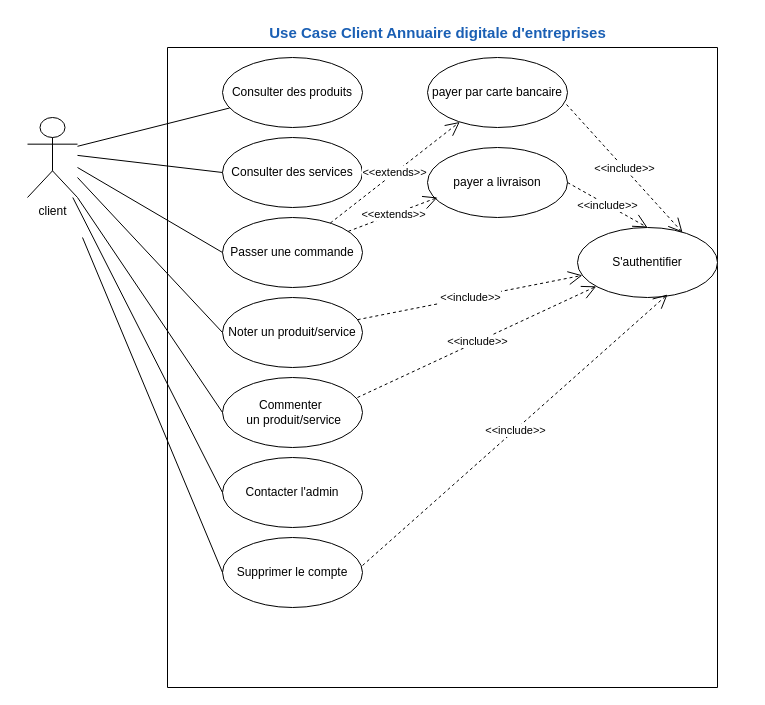
Above: 2. UseCase_client.drawio in amine-elarass49/angular_doc (draw.io), before the change. Source tidied: cells renumbered, new cells numbered last; positions are measured from the earlier drawing's top-left corner, leaving out a move shared by most shapes. Both pictures are drawn from the tidied source at 100%, with x=0, y=0 at pixel (27, 17).
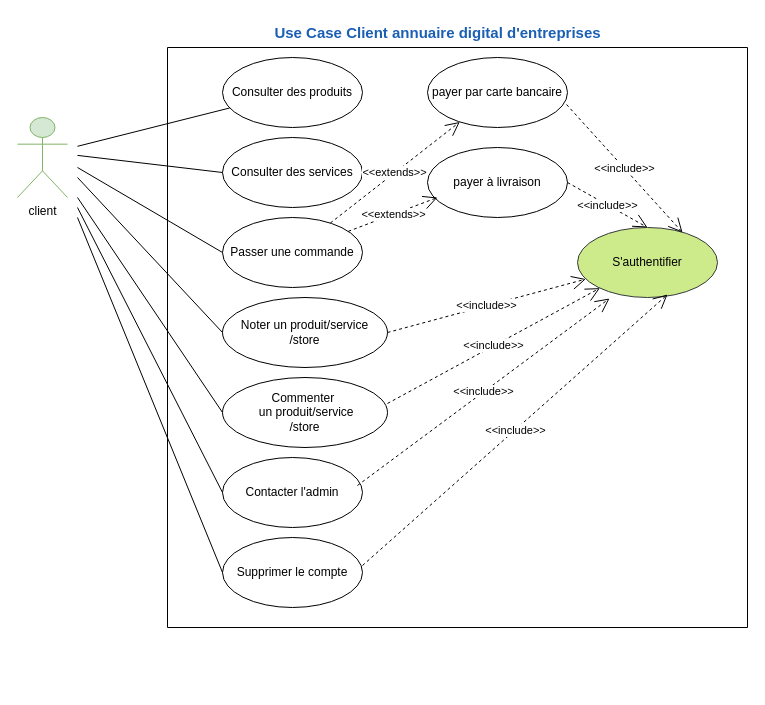
Above is the later version.

Unchanged cells that the change refers to:
```xml
<mxCell id="9" value="Contacter l'admin" style="ellipse;whiteSpace=wrap;html=1;" parent="3" vertex="1">
  <mxGeometry x="55" y="410" width="140" height="70" as="geometry" />
</mxCell>
<mxCell id="10" value="Supprimer le compte" style="ellipse;whiteSpace=wrap;html=1;" parent="3" vertex="1">
  <mxGeometry x="55" y="490" width="140" height="70" as="geometry" />
</mxCell>
```

Diff of the diagram source:
```diff
@@
-    <mxCell id="2" value="client" style="shape=umlActor;verticalLabelPosition=bottom;verticalAlign=top;html=1;outlineConnect=0;" parent="1" vertex="1">
-      <mxGeometry y="100" width="50" height="80" as="geometry" />
+    <mxCell id="2" value="client" style="shape=umlActor;verticalLabelPosition=bottom;verticalAlign=top;html=1;outlineConnect=0;fillColor=#d5e8d4;strokeColor=#82b366;" parent="1" vertex="1">
+      <mxGeometry x="-10" y="100" width="50" height="80" as="geometry" />
     </mxCell>
     <mxCell id="3" style="swimlane;startSize=0;" parent="1" vertex="1">
-      <mxGeometry x="140" y="30" width="550" height="640" as="geometry" />
+      <mxGeometry x="140" y="30" width="580" height="580" as="geometry" />
     </mxCell>
@@
-    <mxCell id="7" value="Noter un produit/service" style="ellipse;whiteSpace=wrap;html=1;" parent="3" vertex="1">
-      <mxGeometry x="55" y="250" width="140" height="70" as="geometry" />
+    <mxCell id="7" value="Noter un produit/service&lt;br&gt;/store" style="ellipse;whiteSpace=wrap;html=1;" parent="3" vertex="1">
+      <mxGeometry x="55" y="250" width="165" height="70" as="geometry" />
     </mxCell>
-    <mxCell id="8" value="&lt;div&gt;Commenter&amp;nbsp;&lt;/div&gt;&lt;div&gt;&amp;nbsp;un produit/service&lt;/div&gt;" style="ellipse;whiteSpace=wrap;html=1;" parent="3" vertex="1">
-      <mxGeometry x="55" y="330" width="140" height="70" as="geometry" />
+    <mxCell id="8" value="&lt;div&gt;Commenter&amp;nbsp;&lt;/div&gt;&lt;div&gt;&amp;nbsp;un produit/service&lt;/div&gt;/store" style="ellipse;whiteSpace=wrap;html=1;" parent="3" vertex="1">
+      <mxGeometry x="55" y="330" width="165" height="70" as="geometry" />
     </mxCell>
@@
-    <mxCell id="11" value="S'authentifier" style="ellipse;whiteSpace=wrap;html=1;" parent="3" vertex="1">
+    <mxCell id="11" value="S'authentifier" style="ellipse;whiteSpace=wrap;html=1;fillColor=#cdeb8b;strokeColor=#36393d;" parent="3" vertex="1">
       <mxGeometry x="410" y="180" width="140" height="70" as="geometry" />
     </mxCell>
-    <mxCell id="12" value="&amp;lt;&amp;lt;include&amp;gt;&amp;gt;" style="endArrow=open;endSize=12;dashed=1;html=1;rounded=0;" parent="3" edge="1" source="7" target="11">
+    <mxCell id="12" value="&amp;lt;&amp;lt;include&amp;gt;&amp;gt;" style="endArrow=open;endSize=12;dashed=1;html=1;rounded=0;exitX=1;exitY=0.5;exitDx=0;exitDy=0;" parent="3" edge="1" source="7" target="11">
       <mxGeometry relative="1" as="geometry" />
     </mxCell>
-    <mxCell id="13" value="&amp;lt;&amp;lt;include&amp;gt;&amp;gt;" style="endArrow=open;endSize=12;dashed=1;html=1;rounded=0;" parent="3" edge="1" target="11">
-      <mxGeometry relative="1" as="geometry">
-        <mxPoint x="190" y="350" as="sourcePoint" />
-      </mxGeometry>
+    <mxCell id="13" value="&amp;lt;&amp;lt;include&amp;gt;&amp;gt;" style="endArrow=open;endSize=12;dashed=1;html=1;rounded=0;exitX=1;exitY=0.371;exitDx=0;exitDy=0;exitPerimeter=0;" parent="3" edge="1" source="8" target="11">
+      <mxGeometry relative="1" as="geometry" />
     </mxCell>
@@
-    <mxCell id="18" value="payer a livraison" style="ellipse;whiteSpace=wrap;html=1;" parent="3" vertex="1">
+    <mxCell id="18" value="payer à livraison" style="ellipse;whiteSpace=wrap;html=1;" parent="3" vertex="1">
       <mxGeometry x="260" y="100" width="140" height="70" as="geometry" />
     </mxCell>
@@
-    <mxCell id="24" style="endArrow=none;html=1;rounded=0;entryX=0;entryY=0.5;entryDx=0;entryDy=0;exitX=1;exitY=1;exitDx=0;exitDy=0;exitPerimeter=0;" parent="1" edge="1" target="8">
+    <mxCell id="24" style="endArrow=none;html=1;rounded=0;entryX=0;entryY=0.5;entryDx=0;entryDy=0;" parent="1" edge="1" target="8">
       <mxGeometry relative="1" as="geometry">
         <mxPoint x="50" y="180" as="sourcePoint" />
       </mxGeometry>
     </mxCell>
-    <mxCell id="25" style="endArrow=none;html=1;rounded=0;entryX=0;entryY=0.5;entryDx=0;entryDy=0;" parent="1" edge="1" source="2" target="9">
-      <mxGeometry relative="1" as="geometry" />
+    <mxCell id="25" style="endArrow=none;html=1;rounded=0;entryX=0;entryY=0.5;entryDx=0;entryDy=0;" parent="1" edge="1" target="9">
+      <mxGeometry relative="1" as="geometry">
+        <mxPoint x="50" y="190" as="sourcePoint" />
+      </mxGeometry>
     </mxCell>
@@
-    <mxCell id="27" value="&lt;b&gt;&lt;font style=&quot;font-size: 15px;&quot; color=&quot;#1a5fb4&quot;&gt;Use Case Client Annuaire digitale d'entreprises&lt;/font&gt;&lt;/b&gt;" style="text;html=1;align=center;verticalAlign=middle;strokeColor=none;fillColor=none;" parent="1" vertex="1">
-      <mxGeometry x="230" width="360" height="30" as="geometry" />
+    <mxCell id="27" value="&lt;b&gt;&lt;font style=&quot;font-size: 15px;&quot; color=&quot;#1a5fb4&quot;&gt;Use Case Client annuaire digital d'entreprises&lt;/font&gt;&lt;/b&gt;" style="text;html=1;align=center;verticalAlign=middle;strokeColor=none;fillColor=none;" parent="1" vertex="1">
+      <mxGeometry x="235" width="350" height="30" as="geometry" />
     </mxCell>
     <mxCell id="28" style="endArrow=none;html=1;rounded=0;entryX=0;entryY=0.5;entryDx=0;entryDy=0;" parent="1" edge="1" target="10">
       <mxGeometry relative="1" as="geometry">
-        <mxPoint x="55" y="220" as="sourcePoint" />
+        <mxPoint x="50" y="200" as="sourcePoint" />
       </mxGeometry>
     </mxCell>
+    <mxCell id="29" value="&amp;lt;&amp;lt;include&amp;gt;&amp;gt;" style="endArrow=open;endSize=12;dashed=1;html=1;rounded=0;exitX=0.964;exitY=0.4;exitDx=0;exitDy=0;exitPerimeter=0;" parent="1" edge="1" source="9">
+      <mxGeometry relative="1" as="geometry">
+        <mxPoint x="582" y="281" as="targetPoint" />
+      </mxGeometry>
+    </mxCell>
```
